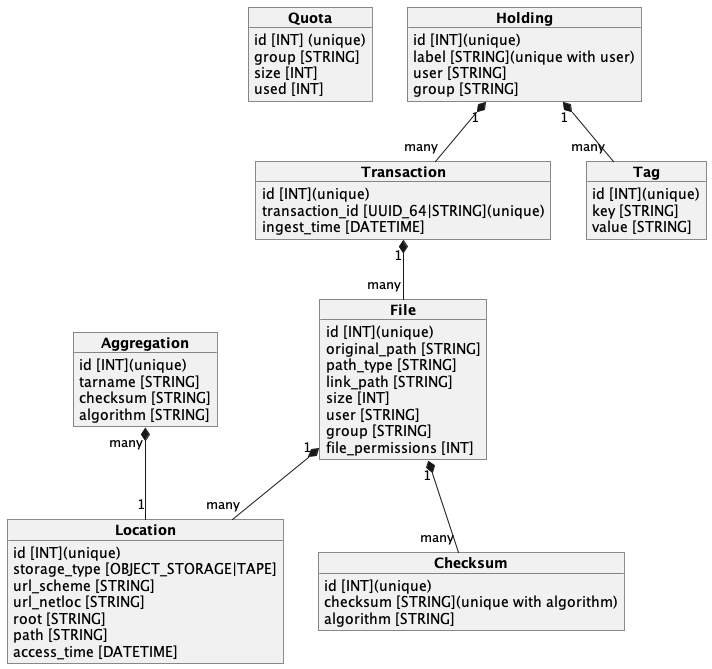
This is docs/spec/uml/catalog_db.png from cedadev/nlds, a PlantUML export, as it was before one commit.
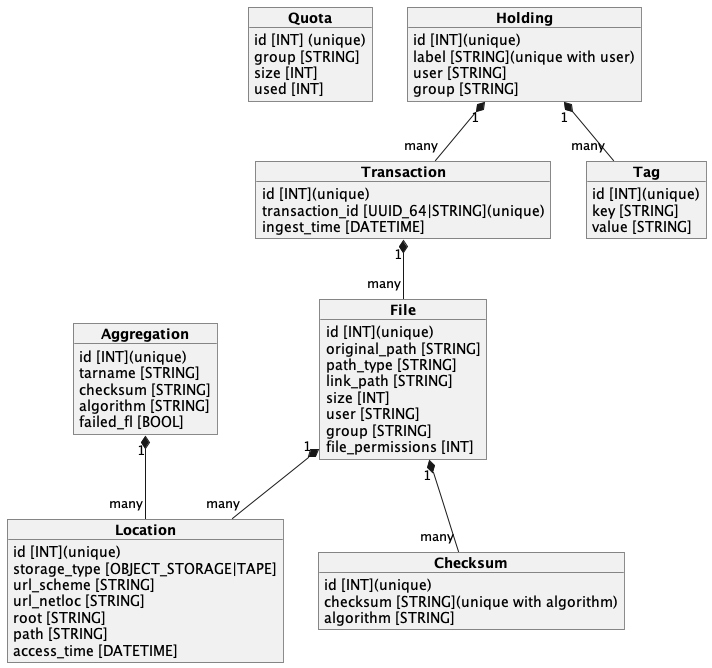
After the commit.

Commit message:
Update the catalog db diagram

The edit, as a diff of the source:
```diff
@@ -31,6 +31,7 @@
     tarname [STRING]
     checksum [STRING]
     algorithm [STRING]
+    failed_fl [BOOL]
 }
 
 object "**File**" as file {
@@ -60,7 +61,7 @@
     algorithm [STRING]
 }
 
-aggregation "many"  *-- "1" location
+aggregation "1"  *-- "many" location
 transaction "1" *-- "many" file
 holding "1" *-- "many" transaction
 holding "1" *-- "many" tag
```
